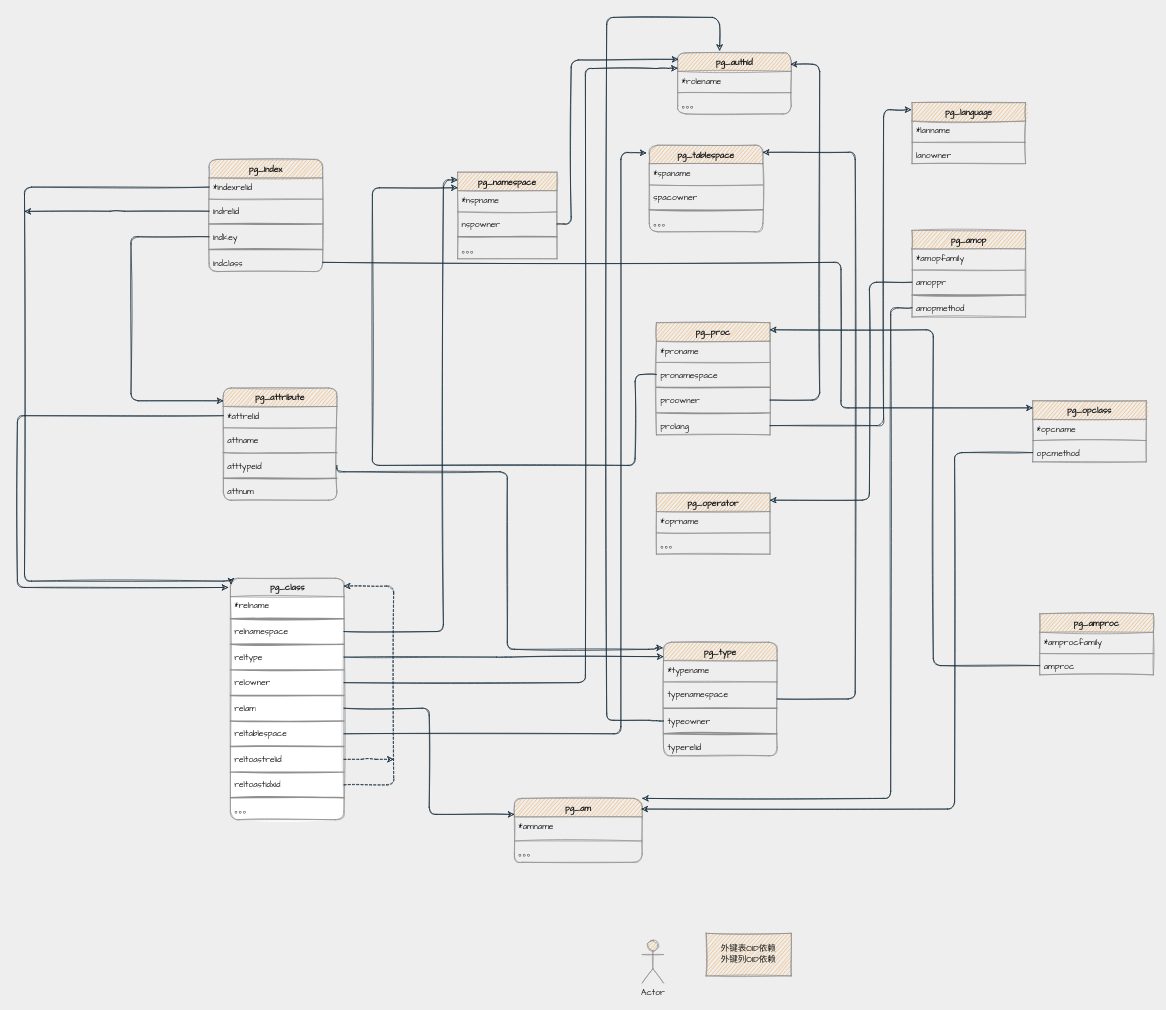
Earlier version of the draw.io diagram Untitled Diagram.drawio (nullemp/algorithm-visualizer). Source tidied: cells renumbered, new cells numbered last; positions are measured from the earlier drawing's top-left corner, leaving out a move shared by most shapes. Both pictures are drawn from the tidied source at 71%, with x=0, y=0 at pixel (17, 17).
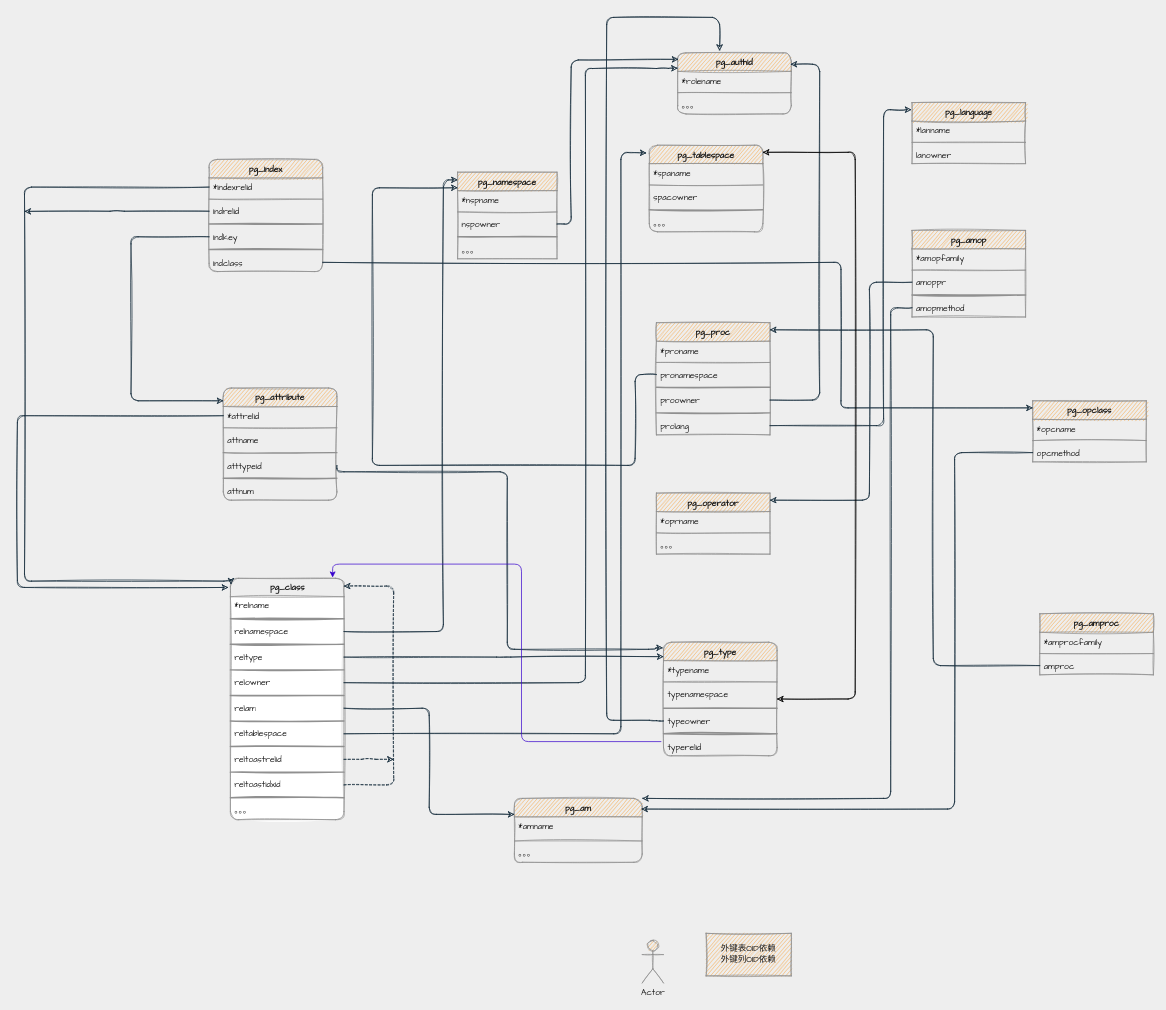
The same page after the edit.

The change refers to these unchanged cells:
```xml
<mxCell id="2" value="pg_class&lt;br&gt;" style="swimlane;html=1;fontStyle=1;align=center;verticalAlign=top;horizontal=1;startSize=26;swimlaneFillColor=#ffffff;shadow=0;comic=0;labelBackgroundColor=none;strokeWidth=1;fillColor=none;fontFamily=Comic Sans MS;fontSize=12;sketch=1;rounded=1;strokeColor=#909090;fontColor=#1A1A1A;" parent="1" vertex="1">
  <mxGeometry x="300" y="790" width="160" height="340" as="geometry" />
</mxCell>
<mxCell id="31" value="typenamespace" style="text;strokeColor=none;fillColor=none;align=left;verticalAlign=top;spacingLeft=4;spacingRight=4;overflow=hidden;points=[[0,0.5],[1,0.5]];portConstraint=eastwest;rounded=1;sketch=1;fontFamily=Comic Sans MS;fontColor=#1A1A1A;" parent="28" vertex="1">
  <mxGeometry y="60" width="160" height="28" as="geometry" />
</mxCell>
<mxCell id="35" value="typerelid" style="text;strokeColor=none;fillColor=none;align=left;verticalAlign=top;spacingLeft=4;spacingRight=4;overflow=hidden;points=[[0,0.5],[1,0.5]];portConstraint=eastwest;rounded=1;sketch=1;fontFamily=Comic Sans MS;fontColor=#1A1A1A;" parent="28" vertex="1">
  <mxGeometry y="134" width="160" height="26" as="geometry" />
</mxCell>
<mxCell id="47" value="pg_tablespace" style="swimlane;fontStyle=1;align=center;verticalAlign=top;horizontal=1;startSize=26;rounded=1;sketch=1;fontFamily=Comic Sans MS;fillColor=#F5AB50;strokeColor=#909090;fontColor=#1A1A1A;" parent="1" vertex="1">
  <mxGeometry x="890" y="180" width="160" height="122" as="geometry" />
</mxCell>
```

What changed in the source:
```diff
@@
-    <mxCell id="115" style="edgeStyle=segmentEdgeStyle;endArrow=classic;html=1;rounded=1;sketch=1;fontFamily=Comic Sans MS;fontSize=12;entryX=1;entryY=0.082;entryDx=0;entryDy=0;entryPerimeter=0;labelBackgroundColor=#EEEEEE;strokeColor=#182E3E;fontColor=#1A1A1A;" parent="1" edge="1" source="31" target="47">
+    <mxCell id="115" style="edgeStyle=segmentEdgeStyle;endArrow=classic;html=1;rounded=1;sketch=1;fontFamily=Comic Sans MS;fontSize=12;entryX=1;entryY=0.082;entryDx=0;entryDy=0;entryPerimeter=0;labelBackgroundColor=#EEEEEE;strokeColor=default;fontColor=#1A1A1A;startArrow=classic;startFill=1;" parent="1" edge="1" source="31" target="47">
       <mxGeometry relative="1" as="geometry">
         <Array as="points">
           <mxPoint x="1180" y="960" />
           <mxPoint x="1180" y="190" />
         </Array>
       </mxGeometry>
     </mxCell>
@@
+    <mxCell id="119" style="edgeStyle=segmentEdgeStyle;endArrow=classic;html=1;rounded=1;sketch=0;fontColor=#1A1A1A;strokeColor=#3700CC;curved=0;exitX=-0.019;exitY=0.231;exitDx=0;exitDy=0;exitPerimeter=0;entryX=0.9;entryY=-0.003;entryDx=0;entryDy=0;entryPerimeter=0;fillColor=#6a00ff;" parent="1" edge="1" source="35" target="2">
+      <mxGeometry relative="1" as="geometry">
+        <Array as="points">
+          <mxPoint x="710" y="1020" />
+          <mxPoint x="710" y="770" />
+          <mxPoint x="444" y="770" />
+        </Array>
+      </mxGeometry>
+    </mxCell>
```
